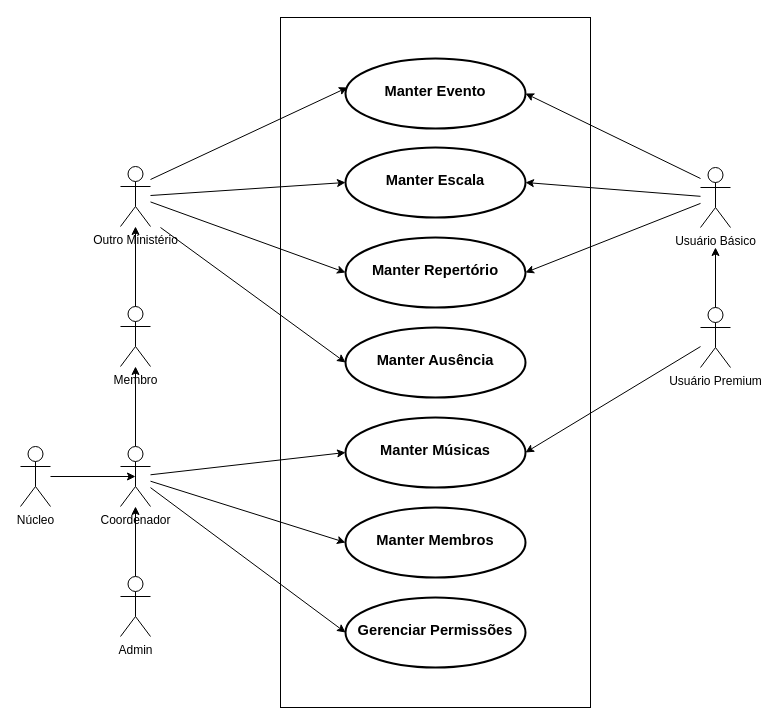
Above: page "Diag. Caso de Uso" (2 of 2) of Diagrama sem nome.drawio in dan-freire/escalamm (draw.io), before the change. Source tidied: cells renumbered, new cells numbered last; positions are measured from the earlier drawing's top-left corner, leaving out a move shared by most shapes. Both pictures are drawn from the tidied source at 100%, with x=0, y=0 at pixel (20, 17).
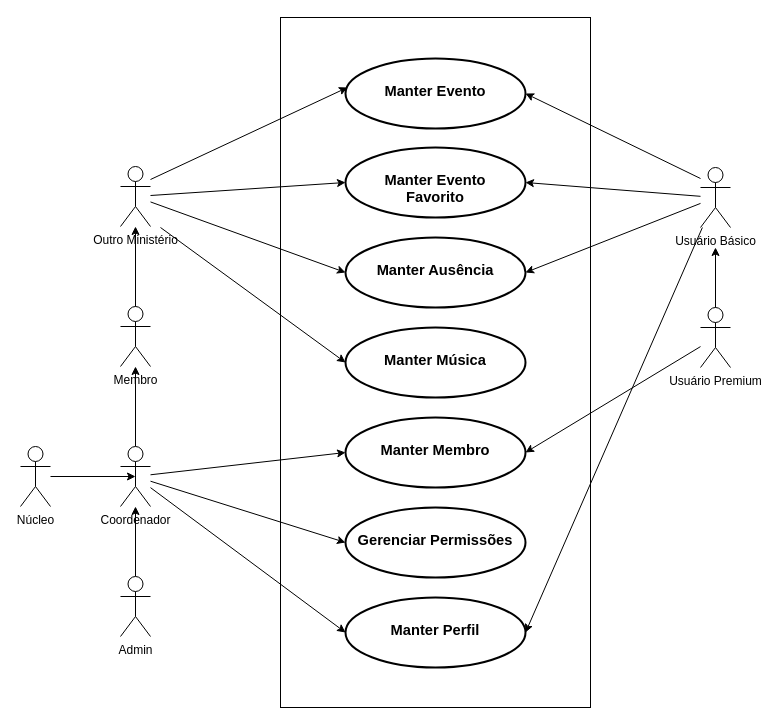
After the change.

Unchanged cells that the change refers to:
```xml
<mxCell id="25" value="Usuário Básico" style="shape=umlActor;verticalLabelPosition=bottom;verticalAlign=top;html=1;strokeColor=default;align=center;fontFamily=Helvetica;fontSize=12;fontColor=default;fillColor=default;" parent="1" vertex="1">
  <mxGeometry x="680" y="150" width="30" height="60" as="geometry" />
</mxCell>
```

Diff of the diagram source:
```diff
@@
-    <mxCell id="5" value="&lt;div&gt;&lt;span&gt;&lt;span style=&quot;font-size: 11pt; font-family: Arial, sans-serif; background-color: transparent; font-variant-numeric: normal; font-variant-east-asian: normal; font-variant-alternates: normal; font-variant-position: normal; vertical-align: baseline; white-space-collapse: preserve;&quot;&gt;&lt;b&gt;&lt;br&gt;&lt;/b&gt;&lt;/span&gt;&lt;/span&gt;&lt;/div&gt;&lt;span id=&quot;docs-internal-guid-4b283a77-7fff-520f-def3-82d6183e8cb3&quot;&gt;&lt;span style=&quot;font-size: 11pt; font-family: Arial, sans-serif; background-color: transparent; font-variant-numeric: normal; font-variant-east-asian: normal; font-variant-alternates: normal; font-variant-position: normal; vertical-align: baseline; white-space-collapse: preserve;&quot;&gt;&lt;b&gt;Manter Escala&lt;/b&gt;&lt;/span&gt;&lt;/span&gt;" style="strokeWidth=2;html=1;shape=mxgraph.flowchart.start_1;whiteSpace=wrap;strokeColor=default;align=center;verticalAlign=top;fontFamily=Helvetica;fontSize=12;fontColor=default;fillColor=default;" parent="1" vertex="1">
+    <mxCell id="5" value="&lt;div&gt;&lt;b style=&quot;background-color: transparent; font-family: Arial, sans-serif; font-size: 11pt; white-space-collapse: preserve;&quot;&gt;&lt;br&gt;&lt;/b&gt;&lt;/div&gt;&lt;div&gt;&lt;b style=&quot;background-color: transparent; font-family: Arial, sans-serif; font-size: 11pt; white-space-collapse: preserve;&quot;&gt;Manter Evento&lt;/b&gt;&lt;br&gt;&lt;/div&gt;&lt;div&gt;&lt;span&gt;&lt;span style=&quot;font-size: 11pt; font-family: Arial, sans-serif; background-color: transparent; font-variant-numeric: normal; font-variant-east-asian: normal; font-variant-alternates: normal; font-variant-position: normal; vertical-align: baseline; white-space-collapse: preserve;&quot;&gt;&lt;b&gt;Favorito&lt;/b&gt;&lt;/span&gt;&lt;/span&gt;&lt;/div&gt;" style="strokeWidth=2;html=1;shape=mxgraph.flowchart.start_1;whiteSpace=wrap;strokeColor=default;align=center;verticalAlign=top;fontFamily=Helvetica;fontSize=12;fontColor=default;fillColor=default;" parent="1" vertex="1">
       <mxGeometry x="325" y="130" width="180" height="70" as="geometry" />
     </mxCell>
-    <mxCell id="6" value="&lt;div&gt;&lt;span&gt;&lt;span style=&quot;font-size: 11pt; font-family: Arial, sans-serif; background-color: transparent; font-variant-numeric: normal; font-variant-east-asian: normal; font-variant-alternates: normal; font-variant-position: normal; vertical-align: baseline; white-space-collapse: preserve;&quot;&gt;&lt;b&gt;&lt;br&gt;&lt;/b&gt;&lt;/span&gt;&lt;/span&gt;&lt;/div&gt;&lt;span id=&quot;docs-internal-guid-4afa85d8-7fff-9e2a-b5e1-b76f4b0d9026&quot;&gt;&lt;span style=&quot;font-size: 11pt; font-family: Arial, sans-serif; background-color: transparent; font-variant-numeric: normal; font-variant-east-asian: normal; font-variant-alternates: normal; font-variant-position: normal; vertical-align: baseline; white-space-collapse: preserve;&quot;&gt;&lt;b&gt;Manter Repertório&lt;/b&gt;&lt;/span&gt;&lt;/span&gt;" style="strokeWidth=2;html=1;shape=mxgraph.flowchart.start_1;whiteSpace=wrap;strokeColor=default;align=center;verticalAlign=top;fontFamily=Helvetica;fontSize=12;fontColor=default;fillColor=default;" parent="1" vertex="1">
+    <mxCell id="6" value="&lt;div&gt;&lt;span&gt;&lt;span style=&quot;font-size: 11pt; font-family: Arial, sans-serif; background-color: transparent; font-variant-numeric: normal; font-variant-east-asian: normal; font-variant-alternates: normal; font-variant-position: normal; vertical-align: baseline; white-space-collapse: preserve;&quot;&gt;&lt;b&gt;&lt;br&gt;&lt;/b&gt;&lt;/span&gt;&lt;/span&gt;&lt;/div&gt;&lt;span id=&quot;docs-internal-guid-4afa85d8-7fff-9e2a-b5e1-b76f4b0d9026&quot;&gt;&lt;span style=&quot;font-size: 11pt; font-family: Arial, sans-serif; background-color: transparent; font-variant-numeric: normal; font-variant-east-asian: normal; font-variant-alternates: normal; font-variant-position: normal; vertical-align: baseline; white-space-collapse: preserve;&quot;&gt;&lt;b&gt;Manter Ausência&lt;/b&gt;&lt;/span&gt;&lt;/span&gt;" style="strokeWidth=2;html=1;shape=mxgraph.flowchart.start_1;whiteSpace=wrap;strokeColor=default;align=center;verticalAlign=top;fontFamily=Helvetica;fontSize=12;fontColor=default;fillColor=default;" parent="1" vertex="1">
       <mxGeometry x="325" y="220" width="180" height="70" as="geometry" />
     </mxCell>
-    <mxCell id="7" value="&lt;div&gt;&lt;span&gt;&lt;span style=&quot;font-size: 11pt; font-family: Arial, sans-serif; background-color: transparent; font-variant-numeric: normal; font-variant-east-asian: normal; font-variant-alternates: normal; font-variant-position: normal; vertical-align: baseline; white-space-collapse: preserve;&quot;&gt;&lt;br&gt;&lt;/span&gt;&lt;/span&gt;&lt;/div&gt;&lt;span id=&quot;docs-internal-guid-e95da2e6-7fff-0710-e30e-2d97cab7f2db&quot;&gt;&lt;span style=&quot;font-size: 11pt; font-family: Arial, sans-serif; background-color: transparent; font-variant-numeric: normal; font-variant-east-asian: normal; font-variant-alternates: normal; font-variant-position: normal; vertical-align: baseline; white-space-collapse: preserve;&quot;&gt;&lt;b&gt;Manter Ausência&lt;/b&gt;&lt;/span&gt;&lt;/span&gt;" style="strokeWidth=2;html=1;shape=mxgraph.flowchart.start_1;whiteSpace=wrap;strokeColor=default;align=center;verticalAlign=top;fontFamily=Helvetica;fontSize=12;fontColor=default;fillColor=default;" parent="1" vertex="1">
+    <mxCell id="7" value="&lt;div&gt;&lt;span&gt;&lt;span style=&quot;font-size: 11pt; font-family: Arial, sans-serif; background-color: transparent; font-variant-numeric: normal; font-variant-east-asian: normal; font-variant-alternates: normal; font-variant-position: normal; vertical-align: baseline; white-space-collapse: preserve;&quot;&gt;&lt;br&gt;&lt;/span&gt;&lt;/span&gt;&lt;/div&gt;&lt;span id=&quot;docs-internal-guid-e95da2e6-7fff-0710-e30e-2d97cab7f2db&quot;&gt;&lt;span style=&quot;font-size: 11pt; font-family: Arial, sans-serif; background-color: transparent; font-variant-numeric: normal; font-variant-east-asian: normal; font-variant-alternates: normal; font-variant-position: normal; vertical-align: baseline; white-space-collapse: preserve;&quot;&gt;&lt;b&gt;Manter Música&lt;/b&gt;&lt;/span&gt;&lt;/span&gt;" style="strokeWidth=2;html=1;shape=mxgraph.flowchart.start_1;whiteSpace=wrap;strokeColor=default;align=center;verticalAlign=top;fontFamily=Helvetica;fontSize=12;fontColor=default;fillColor=default;" parent="1" vertex="1">
       <mxGeometry x="325" y="310" width="180" height="70" as="geometry" />
     </mxCell>
-    <mxCell id="8" value="&lt;div&gt;&lt;span&gt;&lt;span style=&quot;font-size: 11pt; font-family: Arial, sans-serif; background-color: transparent; font-variant-numeric: normal; font-variant-east-asian: normal; font-variant-alternates: normal; font-variant-position: normal; vertical-align: baseline; white-space-collapse: preserve;&quot;&gt;&lt;br&gt;&lt;/span&gt;&lt;/span&gt;&lt;/div&gt;&lt;span id=&quot;docs-internal-guid-98652d6b-7fff-5aa1-7df8-451ec325e2ac&quot;&gt;&lt;span style=&quot;font-size: 11pt; font-family: Arial, sans-serif; background-color: transparent; font-variant-numeric: normal; font-variant-east-asian: normal; font-variant-alternates: normal; font-variant-position: normal; vertical-align: baseline; white-space-collapse: preserve;&quot;&gt;&lt;b&gt;Manter Músicas&lt;/b&gt;&lt;/span&gt;&lt;/span&gt;" style="strokeWidth=2;html=1;shape=mxgraph.flowchart.start_1;whiteSpace=wrap;strokeColor=default;align=center;verticalAlign=top;fontFamily=Helvetica;fontSize=12;fontColor=default;fillColor=default;" parent="1" vertex="1">
+    <mxCell id="8" value="&lt;div&gt;&lt;span&gt;&lt;span style=&quot;font-size: 11pt; font-family: Arial, sans-serif; background-color: transparent; font-variant-numeric: normal; font-variant-east-asian: normal; font-variant-alternates: normal; font-variant-position: normal; vertical-align: baseline; white-space-collapse: preserve;&quot;&gt;&lt;br&gt;&lt;/span&gt;&lt;/span&gt;&lt;/div&gt;&lt;span id=&quot;docs-internal-guid-98652d6b-7fff-5aa1-7df8-451ec325e2ac&quot;&gt;&lt;span style=&quot;font-size: 11pt; font-family: Arial, sans-serif; background-color: transparent; font-variant-numeric: normal; font-variant-east-asian: normal; font-variant-alternates: normal; font-variant-position: normal; vertical-align: baseline; white-space-collapse: preserve;&quot;&gt;&lt;b&gt;Manter Membro&lt;/b&gt;&lt;/span&gt;&lt;/span&gt;" style="strokeWidth=2;html=1;shape=mxgraph.flowchart.start_1;whiteSpace=wrap;strokeColor=default;align=center;verticalAlign=top;fontFamily=Helvetica;fontSize=12;fontColor=default;fillColor=default;" parent="1" vertex="1">
       <mxGeometry x="325" y="400" width="180" height="70" as="geometry" />
     </mxCell>
-    <mxCell id="9" value="&lt;div&gt;&lt;span&gt;&lt;span style=&quot;font-size: 11pt; font-family: Arial, sans-serif; background-color: transparent; font-variant-numeric: normal; font-variant-east-asian: normal; font-variant-alternates: normal; font-variant-position: normal; vertical-align: baseline; white-space-collapse: preserve;&quot;&gt;&lt;br&gt;&lt;/span&gt;&lt;/span&gt;&lt;/div&gt;&lt;span id=&quot;docs-internal-guid-1ffb9ac3-7fff-83ed-ea45-2c4a4c160317&quot;&gt;&lt;span style=&quot;font-size: 11pt; font-family: Arial, sans-serif; background-color: transparent; font-variant-numeric: normal; font-variant-east-asian: normal; font-variant-alternates: normal; font-variant-position: normal; vertical-align: baseline; white-space-collapse: preserve;&quot;&gt;&lt;b&gt;Manter Membros&lt;/b&gt;&lt;/span&gt;&lt;/span&gt;" style="strokeWidth=2;html=1;shape=mxgraph.flowchart.start_1;whiteSpace=wrap;strokeColor=default;align=center;verticalAlign=top;fontFamily=Helvetica;fontSize=12;fontColor=default;fillColor=default;" parent="1" vertex="1">
+    <mxCell id="9" value="&lt;div&gt;&lt;b style=&quot;background-color: initial; white-space-collapse: preserve; font-family: Arial, sans-serif; font-size: 14.6667px;&quot;&gt;&lt;br&gt;&lt;/b&gt;&lt;/div&gt;&lt;div&gt;&lt;b style=&quot;background-color: initial; white-space-collapse: preserve; font-family: Arial, sans-serif; font-size: 14.6667px;&quot;&gt;Gerenciar Permissões&lt;/b&gt;&lt;br&gt;&lt;/div&gt;" style="strokeWidth=2;html=1;shape=mxgraph.flowchart.start_1;whiteSpace=wrap;strokeColor=default;align=center;verticalAlign=top;fontFamily=Helvetica;fontSize=12;fontColor=default;fillColor=default;" parent="1" vertex="1">
       <mxGeometry x="325" y="490" width="180" height="70" as="geometry" />
     </mxCell>
-    <mxCell id="10" value="&lt;div&gt;&lt;span&gt;&lt;span style=&quot;font-size: 11pt; font-family: Arial, sans-serif; background-color: transparent; font-variant-numeric: normal; font-variant-east-asian: normal; font-variant-alternates: normal; font-variant-position: normal; vertical-align: baseline; white-space-collapse: preserve;&quot;&gt;&lt;br&gt;&lt;/span&gt;&lt;/span&gt;&lt;/div&gt;&lt;span id=&quot;docs-internal-guid-06ef47a1-7fff-ad8c-96e2-957eeaef7de0&quot;&gt;&lt;span style=&quot;font-size: 11pt; font-family: Arial, sans-serif; background-color: transparent; font-variant-numeric: normal; font-variant-east-asian: normal; font-variant-alternates: normal; font-variant-position: normal; vertical-align: baseline; white-space-collapse: preserve;&quot;&gt;&lt;b&gt;Gerenciar Permissões&lt;/b&gt;&lt;/span&gt;&lt;/span&gt;" style="strokeWidth=2;html=1;shape=mxgraph.flowchart.start_1;whiteSpace=wrap;strokeColor=default;align=center;verticalAlign=top;fontFamily=Helvetica;fontSize=12;fontColor=default;fillColor=default;" parent="1" vertex="1">
+    <mxCell id="10" value="&lt;div&gt;&lt;span&gt;&lt;span style=&quot;font-size: 11pt; font-family: Arial, sans-serif; background-color: transparent; font-variant-numeric: normal; font-variant-east-asian: normal; font-variant-alternates: normal; font-variant-position: normal; vertical-align: baseline; white-space-collapse: preserve;&quot;&gt;&lt;br&gt;&lt;/span&gt;&lt;/span&gt;&lt;/div&gt;&lt;span id=&quot;docs-internal-guid-924b804d-7fff-9c11-ec16-7aee66b5cdbe&quot;&gt;&lt;span style=&quot;font-size: 11pt; font-family: Arial, sans-serif; background-color: transparent; font-variant-numeric: normal; font-variant-east-asian: normal; font-variant-alternates: normal; font-variant-position: normal; vertical-align: baseline; white-space-collapse: preserve;&quot;&gt;&lt;b&gt;Manter Perfil&lt;/b&gt;&lt;/span&gt;&lt;/span&gt;" style="strokeWidth=2;html=1;shape=mxgraph.flowchart.start_1;whiteSpace=wrap;strokeColor=default;align=center;verticalAlign=top;fontFamily=Helvetica;fontSize=12;fontColor=default;fillColor=default;" parent="1" vertex="1">
       <mxGeometry x="325" y="580" width="180" height="70" as="geometry" />
     </mxCell>
@@
+    <mxCell id="33" style="rounded=0;jettySize=auto;html=1;entryX=1;entryY=0.5;entryDx=0;entryDy=0;entryPerimeter=0;" parent="1" edge="1" source="25" target="10">
+      <mxGeometry relative="1" as="geometry" />
+    </mxCell>
```
